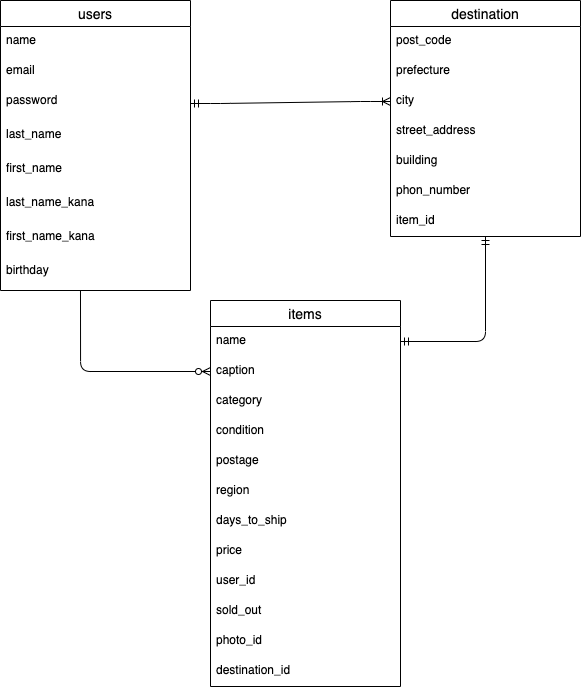
ShozoKurie/furima-39691 keeps this draw.io diagram as furima_ER図.png. Above is the earlier version. Source tidied: cells renumbered, new cells last; positions are measured from the earlier drawing's top-left corner, leaving out a move shared by most shapes. Its diagram source:
```xml
<mxGraphModel>
  <root>
    <mxCell id="0" />
    <mxCell id="1" parent="0" />
    <mxCell id="2" value="users" style="swimlane;fontStyle=0;horizontal=1;startSize=26;align=center;fontSize=14;" parent="1" vertex="1">
      <mxGeometry width="190" height="290" as="geometry" />
    </mxCell>
    <mxCell id="3" value="name" style="text;strokeColor=none;fillColor=none;spacingLeft=4;spacingRight=4;overflow=hidden;fontSize=12;" parent="2" vertex="1">
      <mxGeometry y="26" width="190" height="30" as="geometry" />
    </mxCell>
    <mxCell id="4" value="email" style="text;strokeColor=none;fillColor=none;spacingLeft=4;spacingRight=4;overflow=hidden;fontSize=12;" parent="2" vertex="1">
      <mxGeometry y="56" width="190" height="30" as="geometry" />
    </mxCell>
    <mxCell id="5" value="password" style="text;strokeColor=none;fillColor=none;spacingLeft=4;spacingRight=4;overflow=hidden;points=[[0,0.5],[1,0.5]];portConstraint=eastwest;fontSize=12;" parent="2" vertex="1">
      <mxGeometry y="86" width="190" height="34" as="geometry" />
    </mxCell>
    <mxCell id="6" value="last_name" style="text;strokeColor=none;fillColor=none;spacingLeft=4;spacingRight=4;overflow=hidden;fontSize=12;" parent="2" vertex="1">
      <mxGeometry y="120" width="190" height="34" as="geometry" />
    </mxCell>
    <mxCell id="7" value="first_name" style="text;strokeColor=none;fillColor=none;spacingLeft=4;spacingRight=4;overflow=hidden;fontSize=12;" parent="2" vertex="1">
      <mxGeometry y="154" width="190" height="34" as="geometry" />
    </mxCell>
    <mxCell id="8" value="last_name_kana" style="text;strokeColor=none;fillColor=none;spacingLeft=4;spacingRight=4;overflow=hidden;fontSize=12;" parent="2" vertex="1">
      <mxGeometry y="188" width="190" height="34" as="geometry" />
    </mxCell>
    <mxCell id="9" value="first_name_kana" style="text;strokeColor=none;fillColor=none;spacingLeft=4;spacingRight=4;overflow=hidden;fontSize=12;" parent="2" vertex="1">
      <mxGeometry y="222" width="190" height="34" as="geometry" />
    </mxCell>
    <mxCell id="10" value="birthday" style="text;strokeColor=none;fillColor=none;spacingLeft=4;spacingRight=4;overflow=hidden;points=[[0,0.5],[1,0.5]];portConstraint=eastwest;fontSize=12;" parent="2" vertex="1">
      <mxGeometry y="256" width="190" height="34" as="geometry" />
    </mxCell>
    <mxCell id="11" value="items" style="swimlane;fontStyle=0;horizontal=1;startSize=26;align=center;fontSize=14;" parent="1" vertex="1">
      <mxGeometry x="210" y="300" width="190" height="386" as="geometry" />
    </mxCell>
    <mxCell id="12" value="name" style="text;strokeColor=none;fillColor=none;spacingLeft=4;spacingRight=4;overflow=hidden;points=[[0,0.5],[1,0.5]];portConstraint=eastwest;fontSize=12;" parent="11" vertex="1">
      <mxGeometry y="26" width="190" height="30" as="geometry" />
    </mxCell>
    <mxCell id="13" value="caption" style="text;strokeColor=none;fillColor=none;spacingLeft=4;spacingRight=4;overflow=hidden;points=[[0,0.5],[1,0.5]];portConstraint=eastwest;fontSize=12;" parent="11" vertex="1">
      <mxGeometry y="56" width="190" height="30" as="geometry" />
    </mxCell>
    <mxCell id="14" value="category" style="text;strokeColor=none;fillColor=none;spacingLeft=4;spacingRight=4;overflow=hidden;fontSize=12;" parent="11" vertex="1">
      <mxGeometry y="86" width="190" height="30" as="geometry" />
    </mxCell>
    <mxCell id="15" value="condition" style="text;strokeColor=none;fillColor=none;spacingLeft=4;spacingRight=4;overflow=hidden;fontSize=12;" parent="11" vertex="1">
      <mxGeometry y="116" width="190" height="30" as="geometry" />
    </mxCell>
    <mxCell id="16" value="postage" style="text;strokeColor=none;fillColor=none;spacingLeft=4;spacingRight=4;overflow=hidden;fontSize=12;" parent="11" vertex="1">
      <mxGeometry y="146" width="190" height="30" as="geometry" />
    </mxCell>
    <mxCell id="17" value="region" style="text;strokeColor=none;fillColor=none;spacingLeft=4;spacingRight=4;overflow=hidden;fontSize=12;" parent="11" vertex="1">
      <mxGeometry y="176" width="190" height="30" as="geometry" />
    </mxCell>
    <mxCell id="18" value="days_to_ship" style="text;strokeColor=none;fillColor=none;spacingLeft=4;spacingRight=4;overflow=hidden;fontSize=12;" parent="11" vertex="1">
      <mxGeometry y="206" width="190" height="30" as="geometry" />
    </mxCell>
    <mxCell id="19" value="price" style="text;strokeColor=none;fillColor=none;spacingLeft=4;spacingRight=4;overflow=hidden;fontSize=12;" parent="11" vertex="1">
      <mxGeometry y="236" width="190" height="30" as="geometry" />
    </mxCell>
    <mxCell id="20" value="user_id" style="text;strokeColor=none;fillColor=none;spacingLeft=4;spacingRight=4;overflow=hidden;fontSize=12;" parent="11" vertex="1">
      <mxGeometry y="266" width="190" height="30" as="geometry" />
    </mxCell>
    <mxCell id="21" value="sold_out" style="text;strokeColor=none;fillColor=none;spacingLeft=4;spacingRight=4;overflow=hidden;fontSize=12;" parent="11" vertex="1">
      <mxGeometry y="296" width="190" height="30" as="geometry" />
    </mxCell>
    <mxCell id="22" value="photo_id" style="text;strokeColor=none;fillColor=none;spacingLeft=4;spacingRight=4;overflow=hidden;fontSize=12;" parent="11" vertex="1">
      <mxGeometry y="326" width="190" height="30" as="geometry" />
    </mxCell>
    <mxCell id="23" value="destination_id" style="text;strokeColor=none;fillColor=none;spacingLeft=4;spacingRight=4;overflow=hidden;fontSize=12;" parent="11" vertex="1">
      <mxGeometry y="356" width="190" height="30" as="geometry" />
    </mxCell>
    <mxCell id="24" value="destination" style="swimlane;fontStyle=0;horizontal=1;startSize=26;align=center;fontSize=14;" parent="1" vertex="1">
      <mxGeometry x="390" width="190" height="236" as="geometry" />
    </mxCell>
    <mxCell id="25" value="post_code" style="text;strokeColor=none;fillColor=none;spacingLeft=4;spacingRight=4;overflow=hidden;fontSize=12;" parent="24" vertex="1">
      <mxGeometry y="26" width="190" height="30" as="geometry" />
    </mxCell>
    <mxCell id="26" value="prefecture" style="text;strokeColor=none;fillColor=none;spacingLeft=4;spacingRight=4;overflow=hidden;fontSize=12;" parent="24" vertex="1">
      <mxGeometry y="56" width="190" height="30" as="geometry" />
    </mxCell>
    <mxCell id="27" value="city" style="text;strokeColor=none;fillColor=none;spacingLeft=4;spacingRight=4;overflow=hidden;points=[[0,0.5],[1,0.5]];portConstraint=eastwest;fontSize=12;" parent="24" vertex="1">
      <mxGeometry y="86" width="190" height="30" as="geometry" />
    </mxCell>
    <mxCell id="28" value="street_address" style="text;strokeColor=none;fillColor=none;spacingLeft=4;spacingRight=4;overflow=hidden;fontSize=12;" parent="24" vertex="1">
      <mxGeometry y="116" width="190" height="30" as="geometry" />
    </mxCell>
    <mxCell id="29" value="building" style="text;strokeColor=none;fillColor=none;spacingLeft=4;spacingRight=4;overflow=hidden;fontSize=12;" parent="24" vertex="1">
      <mxGeometry y="146" width="190" height="30" as="geometry" />
    </mxCell>
    <mxCell id="30" value="phon_number" style="text;strokeColor=none;fillColor=none;spacingLeft=4;spacingRight=4;overflow=hidden;fontSize=12;" parent="24" vertex="1">
      <mxGeometry y="176" width="190" height="30" as="geometry" />
    </mxCell>
    <mxCell id="31" value="item_id" style="text;strokeColor=none;fillColor=none;spacingLeft=4;spacingRight=4;overflow=hidden;fontSize=12;" parent="24" vertex="1">
      <mxGeometry y="206" width="190" height="30" as="geometry" />
    </mxCell>
    <mxCell id="32" style="edgeStyle=entityRelationEdgeStyle;fontSize=12;html=1;endArrow=ERoneToMany;startArrow=ERmandOne;exitX=1;exitY=0.5;exitDx=0;exitDy=0;entryX=0;entryY=0.5;entryDx=0;entryDy=0;" parent="1" edge="1" source="5" target="27">
      <mxGeometry relative="1" as="geometry" />
    </mxCell>
    <mxCell id="33" style="edgeStyle=orthogonalEdgeStyle;fontSize=12;html=1;endArrow=ERmandOne;startArrow=ERmandOne;exitX=1;exitY=0.5;exitDx=0;exitDy=0;entryX=0.5;entryY=1;entryDx=0;entryDy=0;" parent="1" edge="1" source="12" target="24">
      <mxGeometry relative="1" as="geometry" />
    </mxCell>
    <mxCell id="34" style="edgeStyle=orthogonalEdgeStyle;fontSize=12;html=1;endArrow=ERzeroToMany;endFill=1;entryX=0;entryY=0.5;entryDx=0;entryDy=0;exitX=0.421;exitY=1;exitDx=0;exitDy=0;exitPerimeter=0;" parent="1" edge="1" source="10" target="13">
      <mxGeometry relative="1" as="geometry" />
    </mxCell>
  </root>
</mxGraphModel>
```
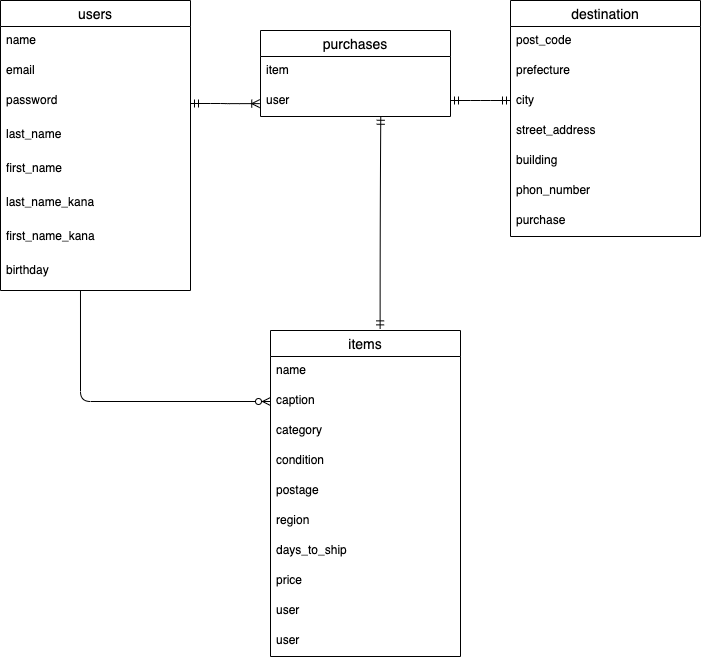
After the change.

Commit message:
readmeとER図の修正

What changed in the source:
```diff
@@ -30,7 +30,7 @@
       <mxGeometry y="256" width="190" height="34" as="geometry" />
     </mxCell>
     <mxCell id="11" value="items" style="swimlane;fontStyle=0;horizontal=1;startSize=26;align=center;fontSize=14;" parent="1" vertex="1">
-      <mxGeometry x="210" y="300" width="190" height="386" as="geometry" />
+      <mxGeometry x="270" y="330" width="190" height="326" as="geometry" />
     </mxCell>
     <mxCell id="12" value="name" style="text;strokeColor=none;fillColor=none;spacingLeft=4;spacingRight=4;overflow=hidden;points=[[0,0.5],[1,0.5]];portConstraint=eastwest;fontSize=12;" parent="11" vertex="1">
       <mxGeometry y="26" width="190" height="30" as="geometry" />
@@ -56,20 +56,14 @@
     <mxCell id="19" value="price" style="text;strokeColor=none;fillColor=none;spacingLeft=4;spacingRight=4;overflow=hidden;fontSize=12;" parent="11" vertex="1">
       <mxGeometry y="236" width="190" height="30" as="geometry" />
     </mxCell>
-    <mxCell id="20" value="user_id" style="text;strokeColor=none;fillColor=none;spacingLeft=4;spacingRight=4;overflow=hidden;fontSize=12;" parent="11" vertex="1">
+    <mxCell id="20" value="user" style="text;strokeColor=none;fillColor=none;spacingLeft=4;spacingRight=4;overflow=hidden;fontSize=12;" parent="11" vertex="1">
       <mxGeometry y="266" width="190" height="30" as="geometry" />
     </mxCell>
-    <mxCell id="21" value="sold_out" style="text;strokeColor=none;fillColor=none;spacingLeft=4;spacingRight=4;overflow=hidden;fontSize=12;" parent="11" vertex="1">
-      <mxGeometry y="296" width="190" height="30" as="geometry" />
-    </mxCell>
-    <mxCell id="22" value="photo_id" style="text;strokeColor=none;fillColor=none;spacingLeft=4;spacingRight=4;overflow=hidden;fontSize=12;" parent="11" vertex="1">
-      <mxGeometry y="326" width="190" height="30" as="geometry" />
-    </mxCell>
-    <mxCell id="23" value="destination_id" style="text;strokeColor=none;fillColor=none;spacingLeft=4;spacingRight=4;overflow=hidden;fontSize=12;" parent="11" vertex="1">
-      <mxGeometry y="356" width="190" height="30" as="geometry" />
-    </mxCell>
+    <mxCell id="35" value="user" style="text;strokeColor=none;fillColor=none;spacingLeft=4;spacingRight=4;overflow=hidden;fontSize=12;" parent="11" vertex="1">
+      <mxGeometry y="296" width="190" height="30" as="geometry" />
+    </mxCell>
     <mxCell id="24" value="destination" style="swimlane;fontStyle=0;horizontal=1;startSize=26;align=center;fontSize=14;" parent="1" vertex="1">
-      <mxGeometry x="390" width="190" height="236" as="geometry" />
+      <mxGeometry x="510" width="190" height="236" as="geometry" />
     </mxCell>
     <mxCell id="25" value="post_code" style="text;strokeColor=none;fillColor=none;spacingLeft=4;spacingRight=4;overflow=hidden;fontSize=12;" parent="24" vertex="1">
       <mxGeometry y="26" width="190" height="30" as="geometry" />
@@ -89,17 +83,36 @@
     <mxCell id="30" value="phon_number" style="text;strokeColor=none;fillColor=none;spacingLeft=4;spacingRight=4;overflow=hidden;fontSize=12;" parent="24" vertex="1">
       <mxGeometry y="176" width="190" height="30" as="geometry" />
     </mxCell>
-    <mxCell id="31" value="item_id" style="text;strokeColor=none;fillColor=none;spacingLeft=4;spacingRight=4;overflow=hidden;fontSize=12;" parent="24" vertex="1">
+    <mxCell id="31" value="purchase" style="text;strokeColor=none;fillColor=none;spacingLeft=4;spacingRight=4;overflow=hidden;fontSize=12;" parent="24" vertex="1">
       <mxGeometry y="206" width="190" height="30" as="geometry" />
     </mxCell>
-    <mxCell id="32" style="edgeStyle=entityRelationEdgeStyle;fontSize=12;html=1;endArrow=ERoneToMany;startArrow=ERmandOne;exitX=1;exitY=0.5;exitDx=0;exitDy=0;entryX=0;entryY=0.5;entryDx=0;entryDy=0;" parent="1" edge="1" source="5" target="27">
-      <mxGeometry relative="1" as="geometry" />
+    <mxCell id="32" style="edgeStyle=entityRelationEdgeStyle;fontSize=12;html=1;endArrow=ERoneToMany;startArrow=ERmandOne;exitX=1;exitY=0.5;exitDx=0;exitDy=0;entryX=-0.004;entryY=0.571;entryDx=0;entryDy=0;entryPerimeter=0;" parent="1" edge="1" source="5">
+      <mxGeometry relative="1" as="geometry">
+        <mxPoint x="259.2" y="103.1" as="targetPoint" />
+      </mxGeometry>
     </mxCell>
-    <mxCell id="33" style="edgeStyle=orthogonalEdgeStyle;fontSize=12;html=1;endArrow=ERmandOne;startArrow=ERmandOne;exitX=1;exitY=0.5;exitDx=0;exitDy=0;entryX=0.5;entryY=1;entryDx=0;entryDy=0;" parent="1" edge="1" source="12" target="24">
-      <mxGeometry relative="1" as="geometry" />
-    </mxCell>
     <mxCell id="34" style="edgeStyle=orthogonalEdgeStyle;fontSize=12;html=1;endArrow=ERzeroToMany;endFill=1;entryX=0;entryY=0.5;entryDx=0;entryDy=0;exitX=0.421;exitY=1;exitDx=0;exitDy=0;exitPerimeter=0;" parent="1" edge="1" source="10" target="13">
       <mxGeometry relative="1" as="geometry" />
     </mxCell>
+    <mxCell id="36" value="purchases" style="swimlane;fontStyle=0;horizontal=1;startSize=26;align=center;fontSize=14;" parent="1" vertex="1">
+      <mxGeometry x="260" y="30" width="190" height="86" as="geometry" />
+    </mxCell>
+    <mxCell id="37" value="item" style="text;strokeColor=none;fillColor=none;spacingLeft=4;spacingRight=4;overflow=hidden;fontSize=12;" parent="36" vertex="1">
+      <mxGeometry y="26" width="190" height="30" as="geometry" />
+    </mxCell>
+    <mxCell id="38" value="user" style="text;strokeColor=none;fillColor=none;spacingLeft=4;spacingRight=4;overflow=hidden;fontSize=12;" parent="36" vertex="1">
+      <mxGeometry y="56" width="190" height="30" as="geometry" />
+    </mxCell>
+    <mxCell id="39" style="edgeStyle=entityRelationEdgeStyle;fontSize=12;html=1;endArrow=ERmandOne;startArrow=ERmandOne;exitX=1;exitY=0.5;exitDx=0;exitDy=0;endFill=0;" parent="1" edge="1">
+      <mxGeometry relative="1" as="geometry">
+        <mxPoint x="450" y="100" as="sourcePoint" />
+        <mxPoint x="510" y="100" as="targetPoint" />
+      </mxGeometry>
+    </mxCell>
+    <mxCell id="40" style="edgeStyle=orthogonalEdgeStyle;fontSize=12;html=1;endArrow=ERmandOne;startArrow=ERmandOne;curved=1;entryX=0.633;entryY=0.992;entryDx=0;entryDy=0;entryPerimeter=0;exitX=0.577;exitY=-0.005;exitDx=0;exitDy=0;exitPerimeter=0;" parent="1" edge="1" source="11">
+      <mxGeometry relative="1" as="geometry">
+        <mxPoint x="380.3" y="115.8" as="targetPoint" />
+      </mxGeometry>
+    </mxCell>
   </root>
 </mxGraphModel>
```
